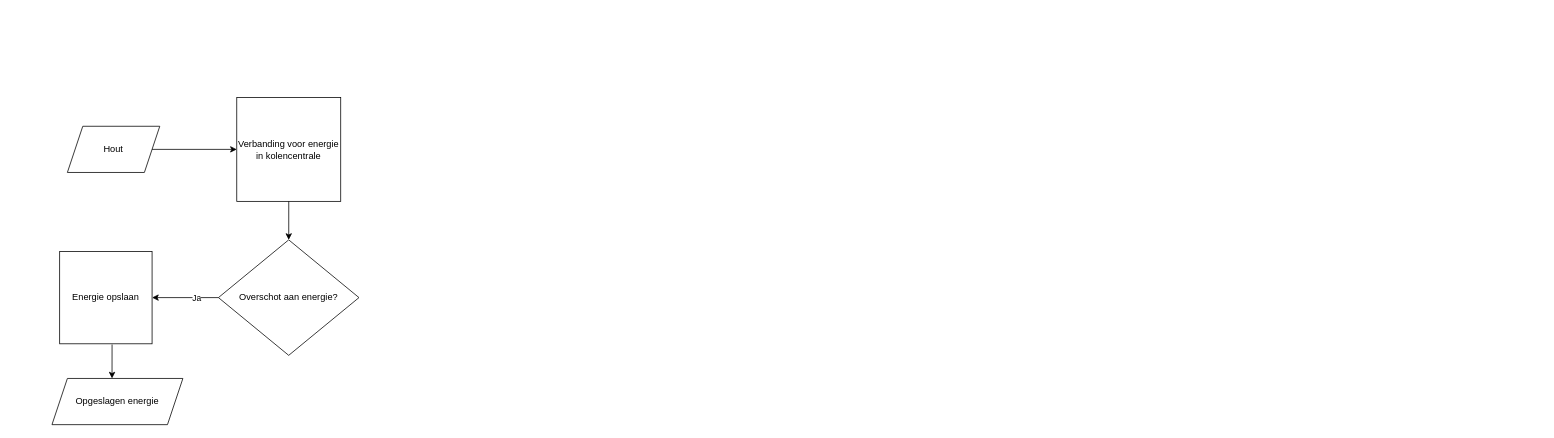
The draw.io diagram kolencentrale.drawio in schravenlant/draw-io, before the edit. Source tidied: cells renumbered, new cells numbered last; positions are measured from the earlier drawing's top-left corner, leaving out a move shared by most shapes. Both pictures are drawn from the tidied source at 77%, with x=0, y=0 at pixel (52, 97).
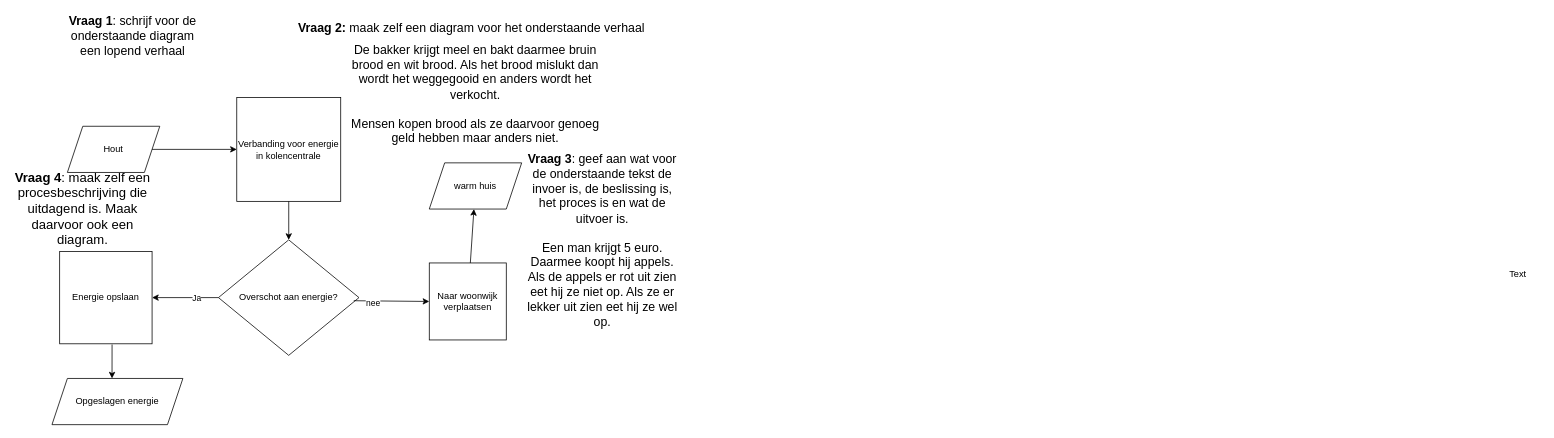
After the change.

Unchanged cells that the change refers to:
```xml
<mxCell id="5" value="Overschot aan energie?" style="rhombus;whiteSpace=wrap;html=1;" parent="1" vertex="1">
  <mxGeometry x="216.2" y="185" width="182.5" height="150" as="geometry" />
</mxCell>
```

What changed in the source:
```diff
@@
+    <mxCell id="12" value="Naar woonwijk verplaatsen" style="whiteSpace=wrap;html=1;" parent="1" vertex="1">
+      <mxGeometry x="490" y="215" width="100" height="100" as="geometry" />
+    </mxCell>
+    <mxCell id="13" style="endArrow=classic;html=1;rounded=0;exitX=0.963;exitY=0.527;exitDx=0;exitDy=0;exitPerimeter=0;entryX=0;entryY=0.5;entryDx=0;entryDy=0;" parent="1" edge="1" source="5" target="12">
+      <mxGeometry relative="1" as="geometry" />
+    </mxCell>
+    <mxCell id="14" value="nee" style="edgeLabel;html=1;align=center;verticalAlign=middle;" parent="13" vertex="1">
+      <mxGeometry x="-0.49" y="-2" relative="1" as="geometry" />
+    </mxCell>
+    <mxCell id="15" value="warm huis" style="shape=parallelogram;perimeter=parallelogramPerimeter;whiteSpace=wrap;html=1;fixedSize=1;" parent="1" vertex="1">
+      <mxGeometry x="490" y="85" width="120" height="60" as="geometry" />
+    </mxCell>
+    <mxCell id="16" style="endArrow=classic;html=1;rounded=0;" parent="1" edge="1" source="12" target="15">
+      <mxGeometry relative="1" as="geometry" />
+    </mxCell>
+    <mxCell id="17" value="Text" style="text;html=1;align=center;verticalAlign=middle;whiteSpace=wrap;rounded=0;" parent="1" vertex="1">
+      <mxGeometry x="1874" y="205" width="60" height="50" as="geometry" />
+    </mxCell>
+    <mxCell id="18" value="&lt;font style=&quot;font-size: 16px;&quot;&gt;&lt;b&gt;Vraag 1&lt;/b&gt;: schrijf voor de onderstaande diagram een lopend verhaal &lt;/font&gt;" style="text;html=1;align=center;verticalAlign=middle;whiteSpace=wrap;rounded=0;" parent="1" vertex="1">
+      <mxGeometry x="10" y="-105" width="190" height="50" as="geometry" />
+    </mxCell>
+    <mxCell id="19" value="&lt;font style=&quot;font-size: 16px;&quot;&gt;&lt;b&gt;Vraag 2: &lt;/b&gt;maak zelf een diagram voor het onderstaande verhaal&lt;/font&gt;" style="text;html=1;align=center;verticalAlign=middle;whiteSpace=wrap;rounded=0;" parent="1" vertex="1">
+      <mxGeometry x="310" y="-105" width="470" height="30" as="geometry" />
+    </mxCell>
+    <mxCell id="20" value="&lt;div&gt;&lt;font style=&quot;font-size: 16px;&quot;&gt;&lt;br&gt;&lt;/font&gt;&lt;/div&gt;&lt;div&gt;&lt;font style=&quot;font-size: 16px;&quot;&gt;De bakker krijgt meel en bakt daarmee bruin brood en wit brood. Als het brood mislukt dan wordt het weggegooid en anders wordt het verkocht.&lt;/font&gt;&lt;/div&gt;&lt;div&gt;&lt;font style=&quot;font-size: 16px;&quot;&gt;&lt;br&gt;&lt;/font&gt;&lt;/div&gt;&lt;div&gt;&lt;font style=&quot;font-size: 16px;&quot;&gt;Mensen kopen brood als ze daarvoor genoeg geld hebben maar anders niet.&lt;/font&gt;&lt;/div&gt;" style="text;html=1;align=center;verticalAlign=middle;whiteSpace=wrap;rounded=0;" parent="1" vertex="1">
+      <mxGeometry x="375" y="-65" width="350" height="102.5" as="geometry" />
+    </mxCell>
+    <mxCell id="21" value="&lt;div&gt;&lt;font style=&quot;font-size: 16px;&quot;&gt;&lt;b&gt;Vraag 3&lt;/b&gt;: geef aan wat voor de onderstaande tekst de invoer is, de beslissing is, het proces is en wat de uitvoer is.&lt;/font&gt;&lt;/div&gt;&lt;div&gt;&lt;font style=&quot;font-size: 16px;&quot;&gt;&lt;br&gt;&lt;/font&gt;&lt;/div&gt;&lt;div&gt;&lt;font style=&quot;font-size: 16px;&quot;&gt;Een man krijgt 5 euro. Daarmee koopt hij appels. Als de appels er rot uit zien eet hij ze niet op. Als ze er lekker uit zien eet hij ze wel op.&lt;/font&gt;&lt;/div&gt;&lt;div&gt;&lt;font style=&quot;font-size: 16px;&quot;&gt;&lt;br&gt;&lt;/font&gt;&lt;/div&gt;" style="text;html=1;align=center;verticalAlign=middle;whiteSpace=wrap;rounded=0;" parent="1" vertex="1">
+      <mxGeometry x="610" y="70" width="210" height="250" as="geometry" />
+    </mxCell>
+    <mxCell id="22" value="&lt;font style=&quot;font-size: 17px;&quot;&gt;&lt;b&gt;Vraag 4&lt;/b&gt;: maak zelf een procesbeschrijving die uitdagend is. Maak daarvoor ook een diagram.&lt;/font&gt;" style="text;html=1;align=center;verticalAlign=middle;whiteSpace=wrap;rounded=0;" parent="1" vertex="1">
+      <mxGeometry x="-50" y="125" width="180" height="40" as="geometry" />
+    </mxCell>
```
